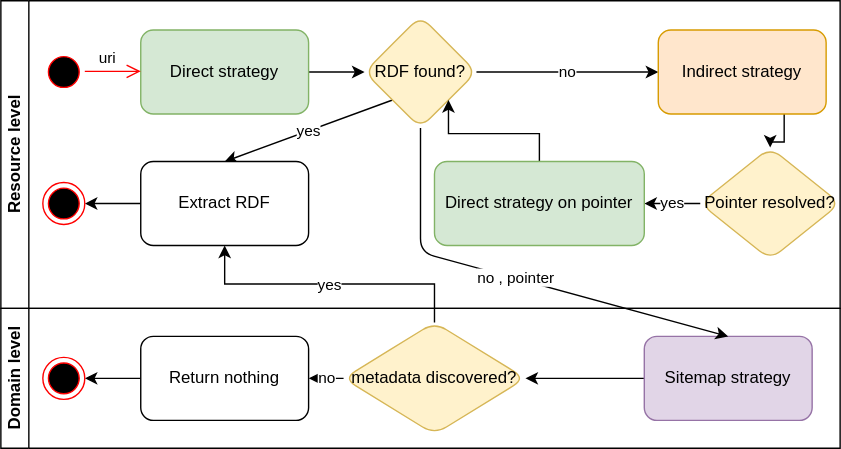
Before: papers/wrx/wrx_overview.drawio.svg, a diagram exported from draw.io (cedricdcc/papers). Source tidied: cells renumbered, new cells last; positions are measured from the earlier drawing's top-left corner, leaving out a move shared by most shapes.
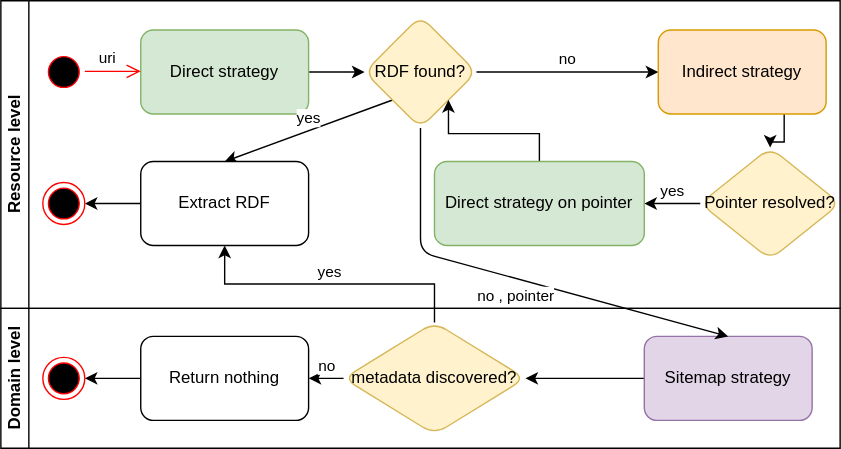
The same file after the commit.

Commit message:
Refactor draw.io diagrams for RDF-webcomponents and wrx overview

- Updated mxGraphModel dimensions for better layout in rdf-webcomponents.drawio.
- Adjusted cell properties for swimlanes and lifelines in rdf-webcomponents.drawio.
- Modified padding and alignment for text elements in wrx_overview.drawio.svg to improve visual consistency.
- Ensured proper alignment of text labels in wrx_overview.drawio.svg.

Diff of the diagram source:
```diff
@@ -11,10 +11,10 @@
     <mxCell id="4" value="Direct strategy" style="rounded=1;whiteSpace=wrap;html=1;fillColor=#d5e8d4;strokeColor=#82b366;" parent="2" vertex="1">
       <mxGeometry x="100" y="21" width="120" height="60" as="geometry" />
     </mxCell>
-    <mxCell id="5" value="no" style="edgeStyle=orthogonalEdgeStyle;rounded=0;jettySize=auto;html=1;" parent="2" edge="1" source="7" target="9">
+    <mxCell id="5" value="no" style="edgeStyle=orthogonalEdgeStyle;rounded=0;jettySize=auto;html=1;verticalAlign=bottom;" parent="2" edge="1" source="7" target="9">
       <mxGeometry relative="1" as="geometry" />
     </mxCell>
-    <mxCell id="6" value="yes" style="rounded=0;jettySize=auto;html=1;exitX=0;exitY=1;exitDx=0;exitDy=0;entryX=0.5;entryY=0;entryDx=0;entryDy=0;" parent="2" edge="1" source="7" target="13">
+    <mxCell id="6" value="yes" style="rounded=0;jettySize=auto;html=1;exitX=0;exitY=1;exitDx=0;exitDy=0;entryX=0.5;entryY=0;entryDx=0;entryDy=0;verticalAlign=bottom;" parent="2" edge="1" source="7" target="13">
       <mxGeometry relative="1" as="geometry" />
     </mxCell>
     <mxCell id="7" value="RDF found?" style="rhombus;whiteSpace=wrap;html=1;rounded=1;fillColor=#fff2cc;strokeColor=#d6b656;" parent="2" vertex="1">
@@ -26,7 +26,7 @@
     <mxCell id="9" value="Indirect strategy" style="whiteSpace=wrap;html=1;fillColor=#ffe6cc;strokeColor=#d79b00;rounded=1;" parent="2" vertex="1">
       <mxGeometry x="470" y="21" width="120" height="60" as="geometry" />
     </mxCell>
-    <mxCell id="10" value="yes" style="edgeStyle=orthogonalEdgeStyle;rounded=0;jettySize=auto;html=1;" parent="2" edge="1" source="11" target="15">
+    <mxCell id="10" value="yes" style="edgeStyle=orthogonalEdgeStyle;rounded=0;jettySize=auto;html=1;verticalAlign=bottom;" parent="2" edge="1" source="11" target="15">
       <mxGeometry relative="1" as="geometry" />
     </mxCell>
     <mxCell id="11" value="Pointer resolved?" style="rhombus;whiteSpace=wrap;html=1;rounded=1;fillColor=#fff2cc;strokeColor=#d6b656;" parent="2" vertex="1">
@@ -70,7 +70,7 @@
     <mxCell id="22" value="Sitemap strategy" style="rounded=1;whiteSpace=wrap;html=1;fillColor=#e1d5e7;strokeColor=#9673a6;" parent="20" vertex="1">
       <mxGeometry x="460" y="20" width="120" height="60" as="geometry" />
     </mxCell>
-    <mxCell id="23" value="no" style="edgeStyle=orthogonalEdgeStyle;rounded=0;jettySize=auto;html=1;" parent="20" edge="1" source="24" target="26">
+    <mxCell id="23" value="no" style="edgeStyle=orthogonalEdgeStyle;rounded=0;jettySize=auto;html=1;verticalAlign=bottom;" parent="20" edge="1" source="24" target="26">
       <mxGeometry relative="1" as="geometry" />
     </mxCell>
     <mxCell id="24" value="metadata discovered?" style="rhombus;whiteSpace=wrap;html=1;fillColor=#fff2cc;strokeColor=#d6b656;rounded=1;" parent="20" vertex="1">
@@ -85,10 +85,10 @@
     <mxCell id="27" style="ellipse;html=1;shape=endState;fillColor=#000000;strokeColor=#ff0000;" parent="20" vertex="1">
       <mxGeometry x="30" y="35" width="30" height="30" as="geometry" />
     </mxCell>
-    <mxCell id="28" value="yes" style="edgeStyle=orthogonalEdgeStyle;rounded=0;jettySize=auto;html=1;exitX=0.5;exitY=0;exitDx=0;exitDy=0;" parent="1" edge="1" source="24" target="13">
+    <mxCell id="28" value="yes" style="edgeStyle=orthogonalEdgeStyle;rounded=0;jettySize=auto;html=1;exitX=0.5;exitY=0;exitDx=0;exitDy=0;verticalAlign=bottom;" parent="1" edge="1" source="24" target="13">
       <mxGeometry relative="1" as="geometry" />
     </mxCell>
-    <mxCell id="29" value="no , pointer" style="edgeStyle=none;html=1;entryX=0.5;entryY=0;entryDx=0;entryDy=0;" parent="1" edge="1" source="7" target="22">
+    <mxCell id="29" value="no , pointer" style="edgeStyle=none;html=1;entryX=0.5;entryY=0;entryDx=0;entryDy=0;horizontal=1;verticalAlign=top;" parent="1" edge="1" source="7" target="22">
       <mxGeometry relative="1" as="geometry">
         <Array as="points">
           <mxPoint x="300" y="180" />
```
